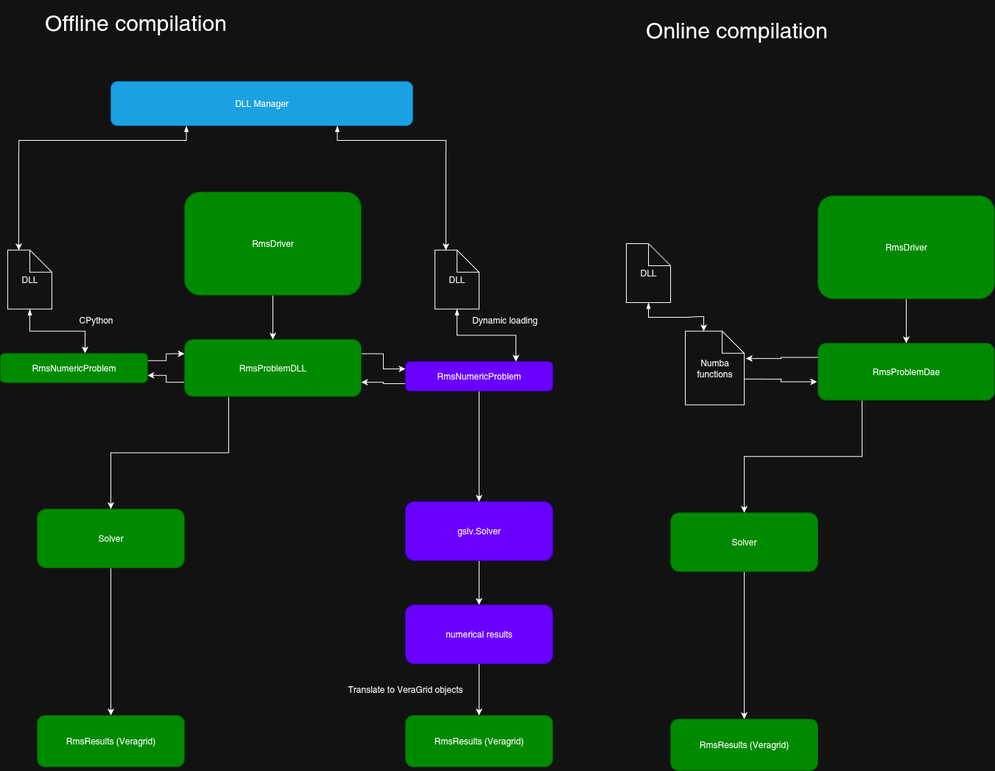
Above: doc/md_source/figures/GSLV_dynamic_problem_integration.drawio.png in SanPen/VeraGrid (draw.io), before the change. Source tidied: cells renumbered, new cells last; positions are measured from the earlier drawing's top-left corner, leaving out a move shared by most shapes.
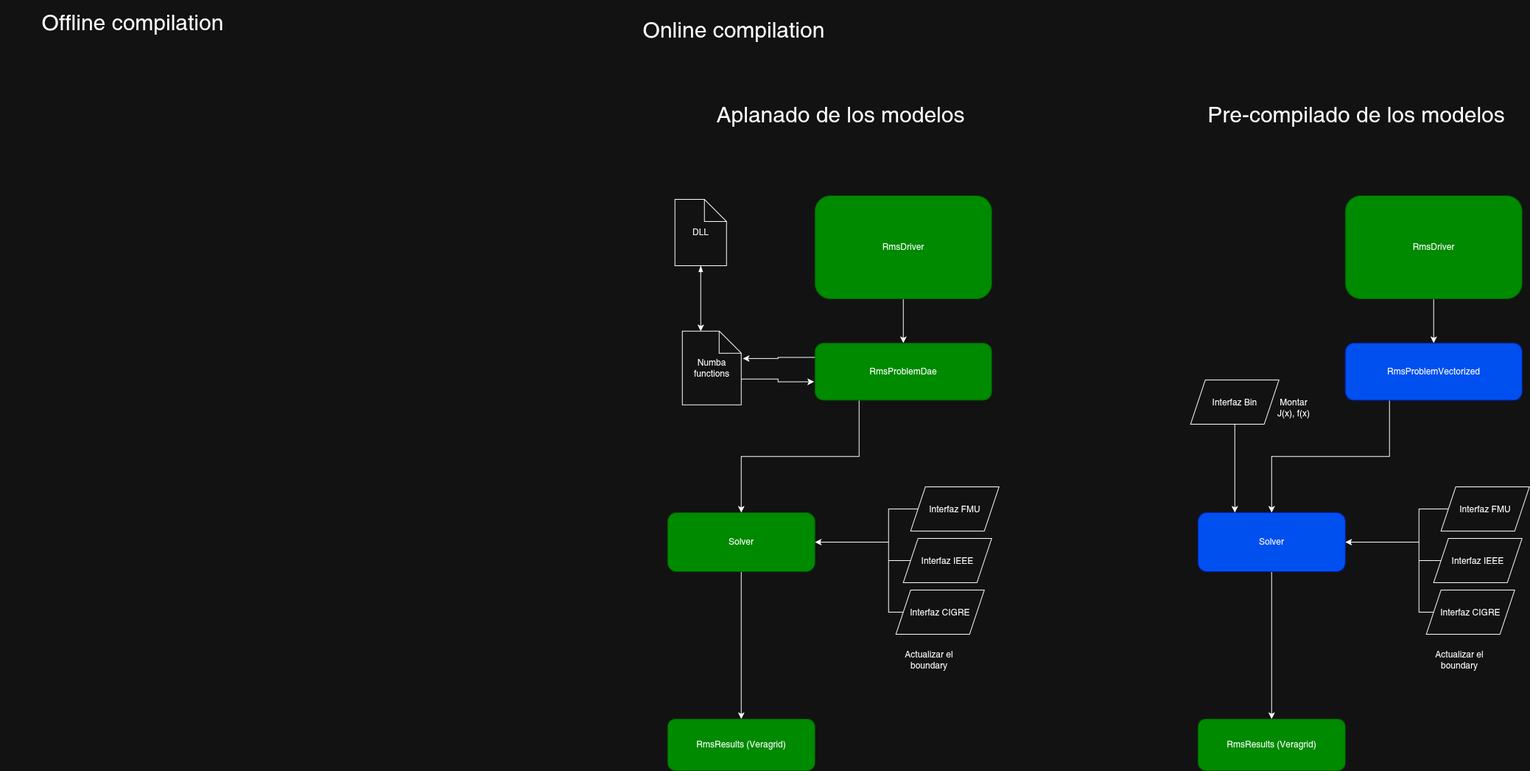
After the change.

What changed in the source:
```diff
@@ -2,72 +2,6 @@
   <root>
     <mxCell id="0" />
     <mxCell id="1" parent="0" />
-    <mxCell id="2" style="edgeStyle=orthogonalEdgeStyle;rounded=0;jettySize=auto;html=1;exitX=0.5;exitY=1;exitDx=0;exitDy=0;entryX=0.5;entryY=0;entryDx=0;entryDy=0;" parent="1" edge="1" source="3" target="16">
-      <mxGeometry relative="1" as="geometry" />
-    </mxCell>
-    <mxCell id="3" value="RmsDriver" style="rounded=1;whiteSpace=wrap;html=1;fillColor=#008a00;fontColor=#ffffff;strokeColor=#005700;" parent="1" vertex="1">
-      <mxGeometry x="250" y="260" width="240" height="140" as="geometry" />
-    </mxCell>
-    <mxCell id="4" style="edgeStyle=orthogonalEdgeStyle;rounded=0;jettySize=auto;html=1;exitX=0.5;exitY=1;exitDx=0;exitDy=0;" parent="1" edge="1" source="5" target="10">
-      <mxGeometry relative="1" as="geometry" />
-    </mxCell>
-    <mxCell id="5" value="Solver" style="rounded=1;whiteSpace=wrap;html=1;fillColor=#008a00;fontColor=#ffffff;strokeColor=#005700;" parent="1" vertex="1">
-      <mxGeometry x="50" y="690" width="200" height="80" as="geometry" />
-    </mxCell>
-    <mxCell id="6" style="edgeStyle=orthogonalEdgeStyle;rounded=0;jettySize=auto;html=1;exitX=0.5;exitY=1;exitDx=0;exitDy=0;entryX=0.5;entryY=0;entryDx=0;entryDy=0;" parent="1" edge="1" source="7" target="9">
-      <mxGeometry relative="1" as="geometry" />
-    </mxCell>
-    <mxCell id="7" value="gslv.Solver" style="rounded=1;whiteSpace=wrap;html=1;fillColor=#6a00ff;fontColor=#ffffff;strokeColor=#3700CC;" parent="1" vertex="1">
-      <mxGeometry x="550" y="680" width="200" height="80" as="geometry" />
-    </mxCell>
-    <mxCell id="8" style="edgeStyle=orthogonalEdgeStyle;rounded=0;jettySize=auto;html=1;exitX=0.5;exitY=1;exitDx=0;exitDy=0;entryX=0.5;entryY=0;entryDx=0;entryDy=0;" parent="1" edge="1" source="9" target="11">
-      <mxGeometry relative="1" as="geometry" />
-    </mxCell>
-    <mxCell id="9" value="numerical results" style="rounded=1;whiteSpace=wrap;html=1;fillColor=#6a00ff;fontColor=#ffffff;strokeColor=#3700CC;" parent="1" vertex="1">
-      <mxGeometry x="550" y="820" width="200" height="80" as="geometry" />
-    </mxCell>
-    <mxCell id="10" value="RmsResults (Veragrid)" style="rounded=1;whiteSpace=wrap;html=1;fillColor=#008a00;fontColor=#ffffff;strokeColor=#005700;" parent="1" vertex="1">
-      <mxGeometry x="50" y="970" width="200" height="70" as="geometry" />
-    </mxCell>
-    <mxCell id="11" value="RmsResults (Veragrid)" style="rounded=1;whiteSpace=wrap;html=1;fillColor=#008a00;fontColor=#ffffff;strokeColor=#005700;" parent="1" vertex="1">
-      <mxGeometry x="550" y="970" width="200" height="70" as="geometry" />
-    </mxCell>
-    <mxCell id="12" value="Translate to VeraGrid objects" style="text;html=1;align=center;verticalAlign=middle;whiteSpace=wrap;rounded=0;" parent="1" vertex="1">
-      <mxGeometry x="460" y="920" width="180" height="30" as="geometry" />
-    </mxCell>
-    <mxCell id="13" style="edgeStyle=orthogonalEdgeStyle;rounded=0;jettySize=auto;html=1;exitX=1;exitY=0.25;exitDx=0;exitDy=0;entryX=0;entryY=0.25;entryDx=0;entryDy=0;" parent="1" edge="1" source="16" target="19">
-      <mxGeometry relative="1" as="geometry" />
-    </mxCell>
-    <mxCell id="14" style="edgeStyle=orthogonalEdgeStyle;rounded=0;jettySize=auto;html=1;exitX=0.25;exitY=1;exitDx=0;exitDy=0;entryX=0.5;entryY=0;entryDx=0;entryDy=0;" parent="1" edge="1" source="16" target="5">
-      <mxGeometry relative="1" as="geometry" />
-    </mxCell>
-    <mxCell id="15" style="edgeStyle=orthogonalEdgeStyle;rounded=0;jettySize=auto;html=1;exitX=0;exitY=0.75;exitDx=0;exitDy=0;entryX=1;entryY=0.75;entryDx=0;entryDy=0;" parent="1" edge="1" source="16" target="21">
-      <mxGeometry relative="1" as="geometry" />
-    </mxCell>
-    <mxCell id="16" value="RmsProblemDLL" style="rounded=1;whiteSpace=wrap;html=1;fillColor=#008a00;fontColor=#ffffff;strokeColor=#005700;" parent="1" vertex="1">
-      <mxGeometry x="250" y="460" width="240" height="77.5" as="geometry" />
-    </mxCell>
-    <mxCell id="17" style="edgeStyle=orthogonalEdgeStyle;rounded=0;jettySize=auto;html=1;exitX=0;exitY=0.75;exitDx=0;exitDy=0;entryX=1;entryY=0.75;entryDx=0;entryDy=0;" parent="1" edge="1" source="19" target="16">
-      <mxGeometry relative="1" as="geometry" />
-    </mxCell>
-    <mxCell id="18" style="edgeStyle=orthogonalEdgeStyle;rounded=0;jettySize=auto;html=1;exitX=0.5;exitY=1;exitDx=0;exitDy=0;entryX=0.5;entryY=0;entryDx=0;entryDy=0;" parent="1" edge="1" source="19" target="7">
-      <mxGeometry relative="1" as="geometry" />
-    </mxCell>
-    <mxCell id="19" value="RmsNumericProblem" style="rounded=1;whiteSpace=wrap;html=1;fillColor=#6a00ff;fontColor=#ffffff;strokeColor=#3700CC;" parent="1" vertex="1">
-      <mxGeometry x="550" y="490" width="200" height="40" as="geometry" />
-    </mxCell>
-    <mxCell id="20" style="edgeStyle=orthogonalEdgeStyle;rounded=0;jettySize=auto;html=1;exitX=1;exitY=0.25;exitDx=0;exitDy=0;entryX=0;entryY=0.25;entryDx=0;entryDy=0;" parent="1" edge="1" source="21" target="16">
-      <mxGeometry relative="1" as="geometry" />
-    </mxCell>
-    <mxCell id="21" value="RmsNumericProblem" style="rounded=1;whiteSpace=wrap;html=1;fillColor=#008a00;fontColor=#ffffff;strokeColor=#005700;" parent="1" vertex="1">
-      <mxGeometry y="478.8" width="200" height="40" as="geometry" />
-    </mxCell>
-    <mxCell id="22" value="CPython" style="text;html=1;align=center;verticalAlign=middle;whiteSpace=wrap;rounded=0;" parent="1" vertex="1">
-      <mxGeometry x="100" y="418.8" width="60" height="30" as="geometry" />
-    </mxCell>
-    <mxCell id="23" value="Dynamic loading" style="text;html=1;align=center;verticalAlign=middle;whiteSpace=wrap;rounded=0;" parent="1" vertex="1">
-      <mxGeometry x="630" y="418.8" width="110" height="30" as="geometry" />
-    </mxCell>
     <mxCell id="24" style="edgeStyle=orthogonalEdgeStyle;rounded=0;jettySize=auto;html=1;exitX=0.5;exitY=1;exitDx=0;exitDy=0;entryX=0.5;entryY=0;entryDx=0;entryDy=0;" parent="1" edge="1" source="25" target="30">
       <mxGeometry relative="1" as="geometry" />
     </mxCell>
@@ -99,49 +33,124 @@
       <mxGeometry relative="1" as="geometry" />
     </mxCell>
     <mxCell id="34" value="DLL" style="shape=note;whiteSpace=wrap;html=1;backgroundOutline=1;darkOpacity=0.05;" parent="1" vertex="1">
-      <mxGeometry x="850" y="330" width="60" height="80" as="geometry" />
+      <mxGeometry x="920" y="270" width="70" height="90" as="geometry" />
     </mxCell>
     <mxCell id="35" style="edgeStyle=orthogonalEdgeStyle;rounded=0;jettySize=auto;html=1;exitX=0.5;exitY=1;exitDx=0;exitDy=0;exitPerimeter=0;entryX=0;entryY=0;entryDx=25;entryDy=0;entryPerimeter=0;startArrow=blockThin;startFill=1;" parent="1" edge="1" source="34" target="31">
       <mxGeometry relative="1" as="geometry" />
     </mxCell>
-    <mxCell id="36" value="DLL" style="shape=note;whiteSpace=wrap;html=1;backgroundOutline=1;darkOpacity=0.05;" parent="1" vertex="1">
-      <mxGeometry x="10" y="338.8" width="60" height="80" as="geometry" />
-    </mxCell>
-    <mxCell id="37" style="edgeStyle=orthogonalEdgeStyle;rounded=0;jettySize=auto;html=1;exitX=0.5;exitY=1;exitDx=0;exitDy=0;exitPerimeter=0;entryX=0;entryY=0;entryDx=25;entryDy=0;entryPerimeter=0;startArrow=blockThin;startFill=1;" parent="1" edge="1" source="36">
-      <mxGeometry relative="1" as="geometry">
-        <mxPoint x="115" y="478.8" as="targetPoint" />
-      </mxGeometry>
-    </mxCell>
-    <mxCell id="38" value="DLL" style="shape=note;whiteSpace=wrap;html=1;backgroundOutline=1;darkOpacity=0.05;" parent="1" vertex="1">
-      <mxGeometry x="590" y="338.8" width="60" height="80" as="geometry" />
-    </mxCell>
-    <mxCell id="39" style="edgeStyle=orthogonalEdgeStyle;rounded=0;jettySize=auto;html=1;exitX=0.5;exitY=1;exitDx=0;exitDy=0;exitPerimeter=0;entryX=0.75;entryY=0;entryDx=0;entryDy=0;startArrow=blockThin;startFill=1;" parent="1" edge="1" source="38" target="19">
-      <mxGeometry relative="1" as="geometry" />
-    </mxCell>
-    <mxCell id="40" value="DLL Manager" style="rounded=1;whiteSpace=wrap;html=1;fillColor=#1ba1e2;fontColor=#ffffff;strokeColor=#006EAF;" parent="1" vertex="1">
-      <mxGeometry x="150" y="110" width="410" height="60" as="geometry" />
-    </mxCell>
-    <mxCell id="41" style="edgeStyle=orthogonalEdgeStyle;rounded=0;jettySize=auto;html=1;exitX=0.75;exitY=1;exitDx=0;exitDy=0;entryX=0;entryY=0;entryDx=15;entryDy=0;entryPerimeter=0;startArrow=blockThin;startFill=1;" parent="1" edge="1" source="40" target="38">
-      <mxGeometry relative="1" as="geometry">
-        <Array as="points">
-          <mxPoint x="457" y="190" />
-          <mxPoint x="605" y="190" />
-        </Array>
-      </mxGeometry>
-    </mxCell>
-    <mxCell id="42" style="edgeStyle=orthogonalEdgeStyle;rounded=0;jettySize=auto;html=1;exitX=0.25;exitY=1;exitDx=0;exitDy=0;entryX=0;entryY=0;entryDx=15;entryDy=0;entryPerimeter=0;startArrow=blockThin;startFill=1;" parent="1" edge="1" source="40" target="36">
-      <mxGeometry relative="1" as="geometry">
-        <Array as="points">
-          <mxPoint x="253" y="190" />
-          <mxPoint x="25" y="190" />
-        </Array>
-      </mxGeometry>
-    </mxCell>
     <mxCell id="43" value="Online compilation" style="text;html=1;align=center;verticalAlign=middle;whiteSpace=wrap;rounded=0;fontSize=30;" parent="1" vertex="1">
       <mxGeometry x="820" y="10" width="360" height="60" as="geometry" />
     </mxCell>
     <mxCell id="44" value="Offline compilation" style="text;html=1;align=center;verticalAlign=middle;whiteSpace=wrap;rounded=0;fontSize=30;" parent="1" vertex="1">
       <mxGeometry x="4" width="360" height="60" as="geometry" />
     </mxCell>
+    <mxCell id="45" style="edgeStyle=orthogonalEdgeStyle;rounded=0;jettySize=auto;html=1;entryX=1;entryY=0.5;entryDx=0;entryDy=0;" parent="1" edge="1" source="46" target="27">
+      <mxGeometry relative="1" as="geometry">
+        <Array as="points">
+          <mxPoint x="1210" y="690" />
+          <mxPoint x="1210" y="735" />
+        </Array>
+      </mxGeometry>
+    </mxCell>
+    <mxCell id="46" value="Interfaz FMU" style="shape=parallelogram;perimeter=parallelogramPerimeter;whiteSpace=wrap;html=1;shapeInside=1;fixedSize=1;" parent="1" vertex="1">
+      <mxGeometry x="1240" y="660" width="120" height="60" as="geometry" />
+    </mxCell>
+    <mxCell id="47" style="edgeStyle=orthogonalEdgeStyle;rounded=0;jettySize=auto;html=1;entryX=1;entryY=0.5;entryDx=0;entryDy=0;" parent="1" edge="1" source="48" target="27">
+      <mxGeometry relative="1" as="geometry">
+        <Array as="points">
+          <mxPoint x="1210" y="760" />
+          <mxPoint x="1210" y="735" />
+        </Array>
+      </mxGeometry>
+    </mxCell>
+    <mxCell id="48" value="Interfaz IEEE" style="shape=parallelogram;perimeter=parallelogramPerimeter;whiteSpace=wrap;html=1;shapeInside=1;fixedSize=1;" parent="1" vertex="1">
+      <mxGeometry x="1230" y="730" width="120" height="60" as="geometry" />
+    </mxCell>
+    <mxCell id="49" style="edgeStyle=orthogonalEdgeStyle;rounded=0;jettySize=auto;html=1;entryX=1;entryY=0.5;entryDx=0;entryDy=0;" parent="1" edge="1" source="50" target="27">
+      <mxGeometry relative="1" as="geometry">
+        <Array as="points">
+          <mxPoint x="1210" y="830" />
+          <mxPoint x="1210" y="735" />
+        </Array>
+      </mxGeometry>
+    </mxCell>
+    <mxCell id="50" value="Interfaz CIGRE" style="shape=parallelogram;perimeter=parallelogramPerimeter;whiteSpace=wrap;html=1;shapeInside=1;fixedSize=1;" parent="1" vertex="1">
+      <mxGeometry x="1220" y="800" width="120" height="60" as="geometry" />
+    </mxCell>
+    <mxCell id="51" style="edgeStyle=orthogonalEdgeStyle;rounded=0;jettySize=auto;html=1;exitX=0.5;exitY=1;exitDx=0;exitDy=0;entryX=0.5;entryY=0;entryDx=0;entryDy=0;" parent="1" edge="1" source="3" target="55">
+      <mxGeometry relative="1" as="geometry" />
+    </mxCell>
+    <mxCell id="3" value="RmsDriver" style="rounded=1;whiteSpace=wrap;html=1;fillColor=#008a00;fontColor=#ffffff;strokeColor=#005700;" parent="1" vertex="1">
+      <mxGeometry x="1830" y="265" width="240" height="140" as="geometry" />
+    </mxCell>
+    <mxCell id="52" style="edgeStyle=orthogonalEdgeStyle;rounded=0;jettySize=auto;html=1;exitX=0.5;exitY=1;exitDx=0;exitDy=0;" parent="1" edge="1" source="5" target="53">
+      <mxGeometry relative="1" as="geometry" />
+    </mxCell>
+    <mxCell id="5" value="Solver" style="rounded=1;whiteSpace=wrap;html=1;fillColor=#0050ef;fontColor=#ffffff;strokeColor=#001DBC;" parent="1" vertex="1">
+      <mxGeometry x="1630" y="695" width="200" height="80" as="geometry" />
+    </mxCell>
+    <mxCell id="53" value="RmsResults (Veragrid)" style="rounded=1;whiteSpace=wrap;html=1;fillColor=#008a00;fontColor=#ffffff;strokeColor=#005700;" parent="1" vertex="1">
+      <mxGeometry x="1630" y="975" width="200" height="70" as="geometry" />
+    </mxCell>
+    <mxCell id="54" style="edgeStyle=orthogonalEdgeStyle;rounded=0;jettySize=auto;html=1;exitX=0.25;exitY=1;exitDx=0;exitDy=0;entryX=0.5;entryY=0;entryDx=0;entryDy=0;" parent="1" edge="1" source="55" target="5">
+      <mxGeometry relative="1" as="geometry" />
+    </mxCell>
+    <mxCell id="55" value="RmsProblemVectorized" style="rounded=1;whiteSpace=wrap;html=1;fillColor=#0050ef;fontColor=#ffffff;strokeColor=#001DBC;" parent="1" vertex="1">
+      <mxGeometry x="1830" y="465" width="240" height="77.5" as="geometry" />
+    </mxCell>
+    <mxCell id="56" style="edgeStyle=orthogonalEdgeStyle;rounded=0;jettySize=auto;html=1;entryX=1;entryY=0.5;entryDx=0;entryDy=0;" parent="1" edge="1" source="57" target="5">
+      <mxGeometry relative="1" as="geometry">
+        <Array as="points">
+          <mxPoint x="1930" y="690" />
+          <mxPoint x="1930" y="735" />
+        </Array>
+      </mxGeometry>
+    </mxCell>
+    <mxCell id="57" value="Interfaz FMU" style="shape=parallelogram;perimeter=parallelogramPerimeter;whiteSpace=wrap;html=1;shapeInside=1;fixedSize=1;" parent="1" vertex="1">
+      <mxGeometry x="1960" y="660" width="120" height="60" as="geometry" />
+    </mxCell>
+    <mxCell id="58" style="edgeStyle=orthogonalEdgeStyle;rounded=0;jettySize=auto;html=1;entryX=1;entryY=0.5;entryDx=0;entryDy=0;" parent="1" edge="1" source="59" target="5">
+      <mxGeometry relative="1" as="geometry">
+        <Array as="points">
+          <mxPoint x="1930" y="760" />
+          <mxPoint x="1930" y="735" />
+        </Array>
+      </mxGeometry>
+    </mxCell>
+    <mxCell id="59" value="Interfaz IEEE" style="shape=parallelogram;perimeter=parallelogramPerimeter;whiteSpace=wrap;html=1;shapeInside=1;fixedSize=1;" parent="1" vertex="1">
+      <mxGeometry x="1950" y="730" width="120" height="60" as="geometry" />
+    </mxCell>
+    <mxCell id="60" style="edgeStyle=orthogonalEdgeStyle;rounded=0;jettySize=auto;html=1;entryX=1;entryY=0.5;entryDx=0;entryDy=0;" parent="1" edge="1" source="61" target="5">
+      <mxGeometry relative="1" as="geometry">
+        <Array as="points">
+          <mxPoint x="1930" y="830" />
+          <mxPoint x="1930" y="735" />
+        </Array>
+      </mxGeometry>
+    </mxCell>
+    <mxCell id="61" value="Interfaz CIGRE" style="shape=parallelogram;perimeter=parallelogramPerimeter;whiteSpace=wrap;html=1;shapeInside=1;fixedSize=1;" parent="1" vertex="1">
+      <mxGeometry x="1940" y="800" width="120" height="60" as="geometry" />
+    </mxCell>
+    <mxCell id="62" style="edgeStyle=orthogonalEdgeStyle;rounded=0;jettySize=auto;html=1;exitX=0.5;exitY=1;exitDx=0;exitDy=0;entryX=0.25;entryY=0;entryDx=0;entryDy=0;" parent="1" edge="1" source="63" target="5">
+      <mxGeometry relative="1" as="geometry" />
+    </mxCell>
+    <mxCell id="63" value="Interfaz Bin" style="shape=parallelogram;perimeter=parallelogramPerimeter;whiteSpace=wrap;html=1;shapeInside=1;fixedSize=1;" parent="1" vertex="1">
+      <mxGeometry x="1620" y="515" width="120" height="60" as="geometry" />
+    </mxCell>
+    <mxCell id="64" value="Montar J(x), f(x)" style="text;html=1;whiteSpace=wrap;strokeColor=none;fillColor=none;align=center;verticalAlign=middle;rounded=0;" parent="1" vertex="1">
+      <mxGeometry x="1730" y="537.5" width="60" height="30" as="geometry" />
+    </mxCell>
+    <mxCell id="65" value="Actualizar el boundary" style="text;html=1;whiteSpace=wrap;strokeColor=none;fillColor=none;align=center;verticalAlign=middle;rounded=0;" parent="1" vertex="1">
+      <mxGeometry x="1940" y="880" width="90" height="30" as="geometry" />
+    </mxCell>
+    <mxCell id="66" value="Aplanado de los modelos" style="text;html=1;whiteSpace=wrap;strokeColor=none;fillColor=none;align=center;verticalAlign=middle;rounded=0;fontSize=30;" parent="1" vertex="1">
+      <mxGeometry x="950" y="140" width="390" height="30" as="geometry" />
+    </mxCell>
+    <mxCell id="67" value="Pre-compilado de los modelos" style="text;html=1;whiteSpace=wrap;strokeColor=none;fillColor=none;align=center;verticalAlign=middle;rounded=0;fontSize=30;" parent="1" vertex="1">
+      <mxGeometry x="1620" y="140" width="450" height="30" as="geometry" />
+    </mxCell>
+    <mxCell id="68" value="Actualizar el boundary" style="text;html=1;whiteSpace=wrap;strokeColor=none;fillColor=none;align=center;verticalAlign=middle;rounded=0;" parent="1" vertex="1">
+      <mxGeometry x="1220" y="880" width="90" height="30" as="geometry" />
+    </mxCell>
   </root>
 </mxGraphModel>
```
